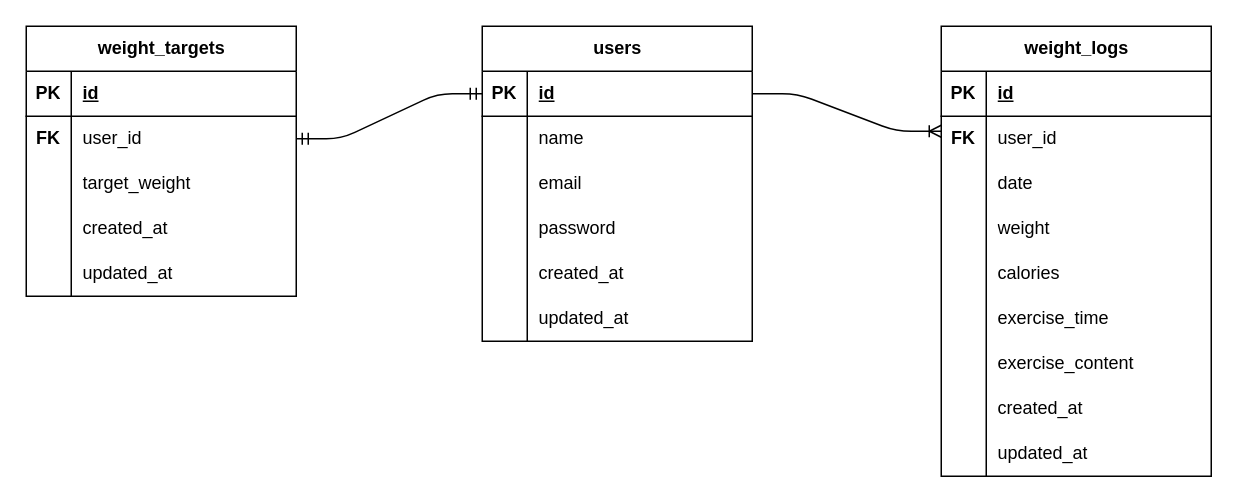
Earlier version of the draw.io diagram ER.drawio (m-sato310/makio-kadai3). Source tidied: cells renumbered, new cells numbered last; positions are measured from the earlier drawing's top-left corner, leaving out a move shared by most shapes. Both pictures are drawn from the tidied source at 150%, with x=0, y=0 at pixel (26, -80).
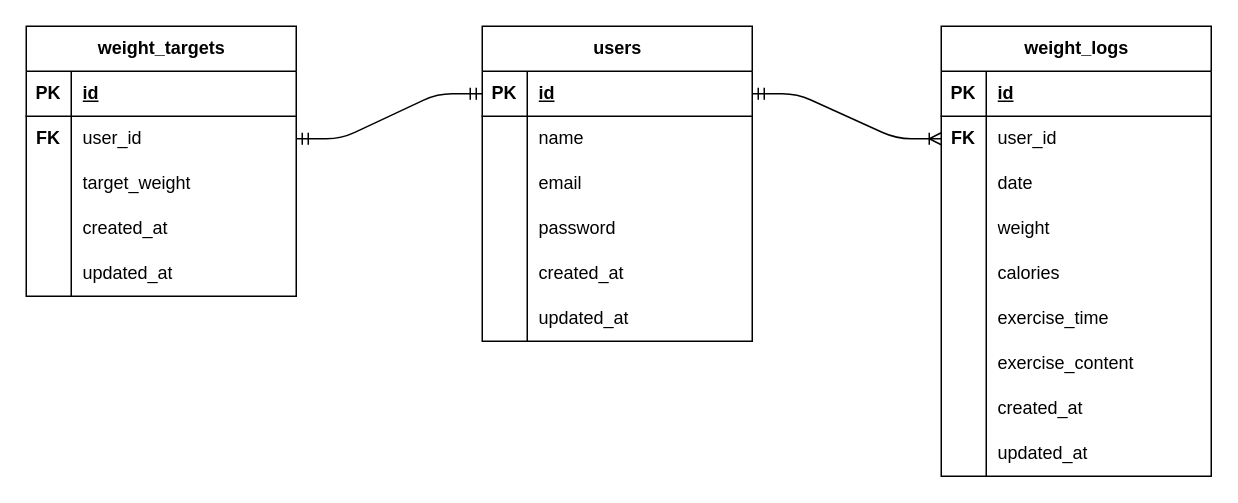
The same page after the edit.

Unchanged cells that the change refers to:
```xml
<mxCell id="3" style="shape=tableRow;horizontal=0;startSize=0;swimlaneHead=0;swimlaneBody=0;fillColor=none;points=[[0,0.5],[1,0.5]];portConstraint=eastwest;top=0;left=0;right=0;bottom=1;" parent="2" vertex="1">
  <mxGeometry y="30" width="180" height="30" as="geometry" />
</mxCell>
<mxCell id="41" style="shape=tableRow;horizontal=0;startSize=0;swimlaneHead=0;swimlaneBody=0;fillColor=none;points=[[0,0.5],[1,0.5]];portConstraint=eastwest;top=0;left=0;right=0;bottom=0;" parent="37" vertex="1">
  <mxGeometry y="60" width="180" height="30" as="geometry" />
</mxCell>
```

The edit, as a diff of the source:
```diff
@@
-    <mxCell id="65" style="edgeStyle=entityRelationEdgeStyle;fontSize=12;html=1;endArrow=ERoneToMany;exitX=1;exitY=0.5;exitDx=0;exitDy=0;" parent="1" edge="1" source="3">
-      <mxGeometry relative="1" as="geometry">
-        <mxPoint x="610" y="140" as="targetPoint" />
-        <Array as="points">
-          <mxPoint x="650" />
-        </Array>
-      </mxGeometry>
-    </mxCell>
@@
+    <mxCell id="67" style="edgeStyle=entityRelationEdgeStyle;fontSize=12;html=1;endArrow=ERoneToMany;startArrow=ERmandOne;entryX=0;entryY=0.5;entryDx=0;entryDy=0;exitX=1;exitY=0.5;exitDx=0;exitDy=0;" parent="1" edge="1" source="3" target="41">
+      <mxGeometry relative="1" as="geometry" />
+    </mxCell>
```
